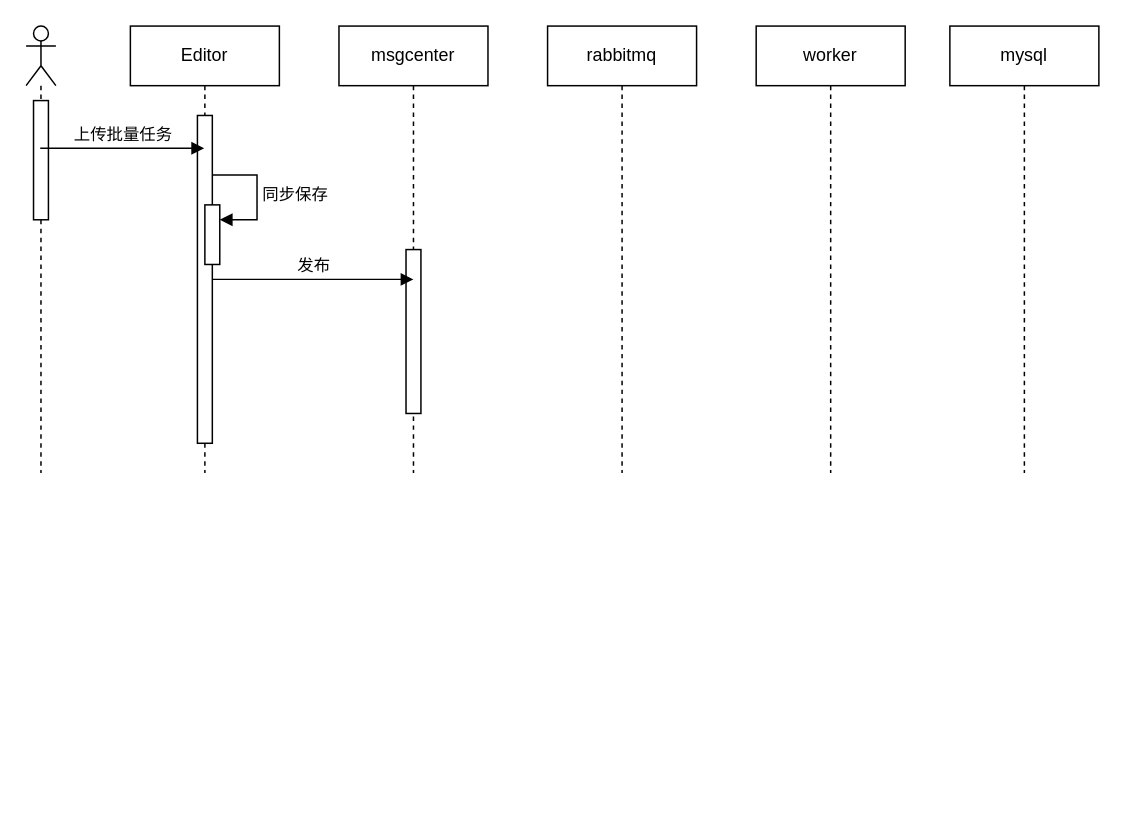
dx2331lxz/Editor keeps this draw.io diagram as 未命名绘图.drawio. Above is the earlier version. Source tidied: cells renumbered, new cells numbered last; positions are measured from the earlier drawing's top-left corner, leaving out a move shared by most shapes. Both pictures are drawn from the tidied source at 149%, with x=0, y=0 at pixel (25, 25).
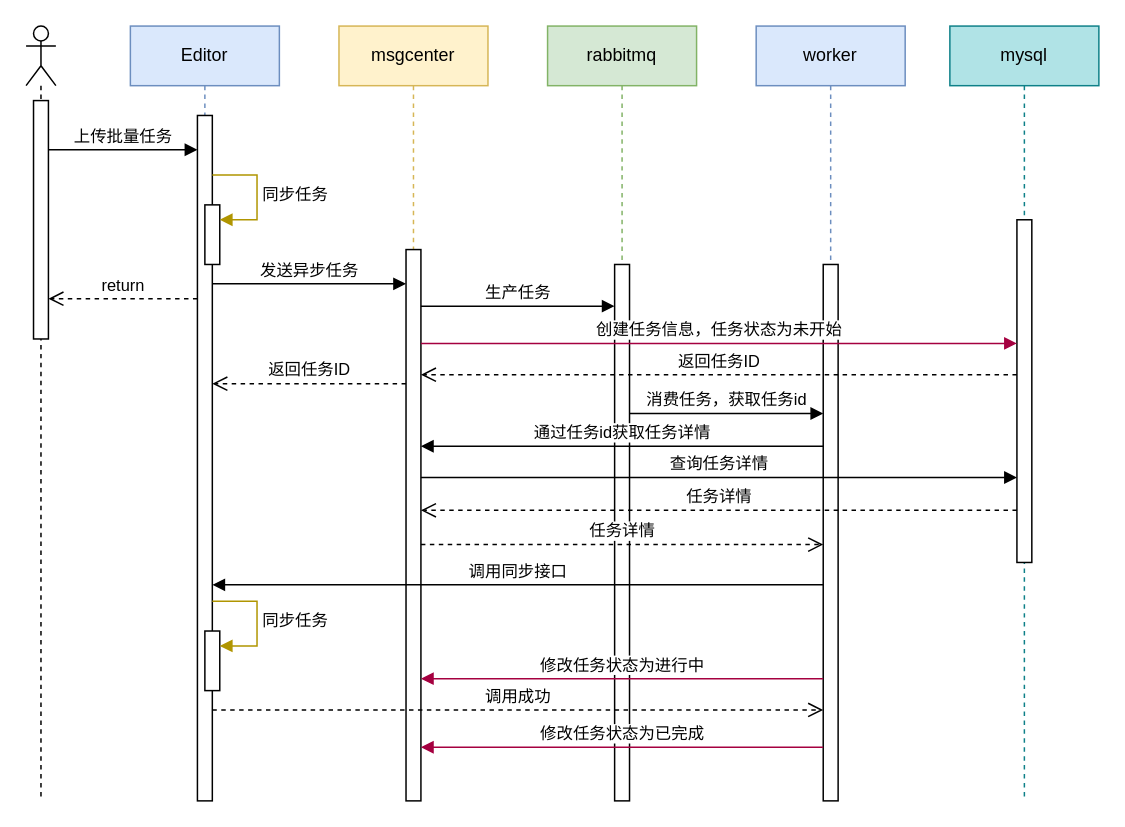
After the change.

Commit message (it also covers changes not shown here):
更新未命名绘图.drawio

The change refers to these unchanged cells:
```xml
<mxCell id="6" style="html=1;points=[[0,0,0,0,5],[0,1,0,0,-5],[1,0,0,0,5],[1,1,0,0,-5]];perimeter=orthogonalPerimeter;outlineConnect=0;targetShapes=umlLifeline;portConstraint=eastwest;newEdgeStyle={&quot;curved&quot;:0,&quot;rounded&quot;:0};" parent="4" vertex="1">
  <mxGeometry x="50" y="120" width="10" height="40" as="geometry" />
</mxCell>
```

Change to the diagram source:
```diff
@@
     <mxCell id="2" style="shape=umlLifeline;perimeter=lifelinePerimeter;whiteSpace=wrap;html=1;newEdgeStyle={&quot;curved&quot;:0,&quot;rounded&quot;:0};participant=umlActor;" parent="1" vertex="1">
-      <mxGeometry width="20" height="300" as="geometry" />
+      <mxGeometry width="20" height="520" as="geometry" />
     </mxCell>
     <mxCell id="3" style="html=1;perimeter=orthogonalPerimeter;targetShapes=umlLifeline;newEdgeStyle={&quot;curved&quot;:0,&quot;rounded&quot;:0};" parent="2" vertex="1">
-      <mxGeometry x="5" y="50" width="10" height="80" as="geometry" />
+      <mxGeometry x="5" y="50" width="10" height="160" as="geometry" />
     </mxCell>
-    <mxCell id="4" value="Editor" style="shape=umlLifeline;whiteSpace=wrap;html=1;newEdgeStyle={&quot;curved&quot;:0,&quot;rounded&quot;:0};perimeter=rectanglePerimeter;targetShapes=umlLifeline;participant=label;" parent="1" vertex="1">
-      <mxGeometry x="70" width="100" height="300" as="geometry" />
+    <mxCell id="4" value="Editor" style="shape=umlLifeline;whiteSpace=wrap;html=1;newEdgeStyle={&quot;curved&quot;:0,&quot;rounded&quot;:0};perimeter=rectanglePerimeter;targetShapes=umlLifeline;participant=label;fillColor=#dae8fc;strokeColor=#6c8ebf;" parent="1" vertex="1">
+      <mxGeometry x="70" width="100" height="520" as="geometry" />
     </mxCell>
     <mxCell id="5" style="html=1;points=[[0,0,0,0,5],[0,1,0,0,-5],[1,0,0,0,5],[1,1,0,0,-5]];perimeter=orthogonalPerimeter;outlineConnect=0;targetShapes=umlLifeline;portConstraint=eastwest;newEdgeStyle={&quot;curved&quot;:0,&quot;rounded&quot;:0};" parent="4" vertex="1">
-      <mxGeometry x="45" y="60" width="10" height="220" as="geometry" />
+      <mxGeometry x="45" y="60" width="10" height="460" as="geometry" />
     </mxCell>
@@
-    <mxCell id="7" value="同步保存" style="html=1;align=left;spacingLeft=2;endArrow=block;rounded=0;edgeStyle=orthogonalEdgeStyle;curved=0;rounded=0;" parent="4" edge="1" target="6">
+    <mxCell id="7" value="同步任务" style="html=1;align=left;spacingLeft=2;endArrow=block;rounded=0;edgeStyle=orthogonalEdgeStyle;curved=0;rounded=0;fillColor=#e3c800;strokeColor=#B09500;" parent="4" edge="1" target="6">
       <mxGeometry relative="1" as="geometry">
         <mxPoint x="55" y="100" as="sourcePoint" />
         <Array as="points">
           <mxPoint x="85" y="130" />
         </Array>
       </mxGeometry>
     </mxCell>
+    <mxCell id="15" style="html=1;points=[[0,0,0,0,5],[0,1,0,0,-5],[1,0,0,0,5],[1,1,0,0,-5]];perimeter=orthogonalPerimeter;outlineConnect=0;targetShapes=umlLifeline;portConstraint=eastwest;newEdgeStyle={&quot;curved&quot;:0,&quot;rounded&quot;:0};" parent="4" vertex="1">
+      <mxGeometry x="50" y="406" width="10" height="40" as="geometry" />
+    </mxCell>
+    <mxCell id="16" value="同步任务" style="html=1;align=left;spacingLeft=2;endArrow=block;rounded=0;edgeStyle=orthogonalEdgeStyle;curved=0;rounded=0;fillColor=#e3c800;strokeColor=#B09500;" parent="4" edge="1" target="15">
+      <mxGeometry relative="1" as="geometry">
+        <mxPoint x="55" y="386" as="sourcePoint" />
+        <Array as="points">
+          <mxPoint x="85" y="416" />
+        </Array>
+      </mxGeometry>
+    </mxCell>
-    <mxCell id="8" value="msgcenter" style="shape=umlLifeline;perimeter=lifelinePerimeter;whiteSpace=wrap;html=1;newEdgeStyle={&quot;curved&quot;:0,&quot;rounded&quot;:0};" parent="1" vertex="1">
-      <mxGeometry x="210" width="100" height="300" as="geometry" />
+    <mxCell id="8" value="msgcenter" style="shape=umlLifeline;perimeter=lifelinePerimeter;whiteSpace=wrap;html=1;newEdgeStyle={&quot;curved&quot;:0,&quot;rounded&quot;:0};fillColor=#fff2cc;strokeColor=#d6b656;" parent="1" vertex="1">
+      <mxGeometry x="210" width="100" height="520" as="geometry" />
     </mxCell>
     <mxCell id="9" style="html=1;perimeter=orthogonalPerimeter;targetShapes=umlLifeline;newEdgeStyle={&quot;curved&quot;:0,&quot;rounded&quot;:0};" parent="8" vertex="1">
-      <mxGeometry x="45" y="150" width="10" height="110" as="geometry" />
+      <mxGeometry x="45" y="150" width="10" height="370" as="geometry" />
     </mxCell>
-    <mxCell id="10" value="rabbitmq" style="shape=umlLifeline;perimeter=lifelinePerimeter;whiteSpace=wrap;html=1;newEdgeStyle={&quot;curved&quot;:0,&quot;rounded&quot;:0};" parent="1" vertex="1">
-      <mxGeometry x="350" width="100" height="300" as="geometry" />
+    <mxCell id="10" value="rabbitmq" style="shape=umlLifeline;perimeter=lifelinePerimeter;whiteSpace=wrap;html=1;newEdgeStyle={&quot;curved&quot;:0,&quot;rounded&quot;:0};fillColor=#d5e8d4;strokeColor=#82b366;" parent="1" vertex="1">
+      <mxGeometry x="350" width="100" height="520" as="geometry" />
     </mxCell>
+    <mxCell id="17" style="html=1;perimeter=orthogonalPerimeter;targetShapes=umlLifeline;newEdgeStyle={&quot;curved&quot;:0,&quot;rounded&quot;:0};" parent="10" vertex="1">
+      <mxGeometry x="45" y="160" width="10" height="360" as="geometry" />
+    </mxCell>
-    <mxCell id="11" value="worker" style="shape=umlLifeline;perimeter=lifelinePerimeter;whiteSpace=wrap;html=1;newEdgeStyle={&quot;curved&quot;:0,&quot;rounded&quot;:0};" parent="1" vertex="1">
-      <mxGeometry x="490" width="100" height="300" as="geometry" />
+    <mxCell id="11" value="worker" style="shape=umlLifeline;perimeter=lifelinePerimeter;whiteSpace=wrap;html=1;newEdgeStyle={&quot;curved&quot;:0,&quot;rounded&quot;:0};fillColor=#dae8fc;strokeColor=#6c8ebf;" parent="1" vertex="1">
+      <mxGeometry x="490" width="100" height="520" as="geometry" />
     </mxCell>
+    <mxCell id="18" style="html=1;perimeter=orthogonalPerimeter;targetShapes=umlLifeline;newEdgeStyle={&quot;curved&quot;:0,&quot;rounded&quot;:0};" parent="11" vertex="1">
+      <mxGeometry x="45" y="160" width="10" height="360" as="geometry" />
+    </mxCell>
-    <mxCell id="12" value="mysql" style="shape=umlLifeline;perimeter=lifelinePerimeter;whiteSpace=wrap;html=1;newEdgeStyle={&quot;curved&quot;:0,&quot;rounded&quot;:0};" parent="1" vertex="1">
-      <mxGeometry x="620" width="100" height="300" as="geometry" />
+    <mxCell id="12" value="mysql" style="shape=umlLifeline;perimeter=lifelinePerimeter;whiteSpace=wrap;html=1;newEdgeStyle={&quot;curved&quot;:0,&quot;rounded&quot;:0};fillColor=#b0e3e6;strokeColor=#0e8088;" parent="1" vertex="1">
+      <mxGeometry x="620" width="100" height="520" as="geometry" />
     </mxCell>
+    <mxCell id="19" style="html=1;perimeter=orthogonalPerimeter;targetShapes=umlLifeline;newEdgeStyle={&quot;curved&quot;:0,&quot;rounded&quot;:0};" parent="12" vertex="1">
+      <mxGeometry x="45" y="130" width="10" height="230" as="geometry" />
+    </mxCell>
     <mxCell id="13" value="上传批量任务" style="html=1;verticalAlign=bottom;endArrow=block;curved=0;rounded=0;" parent="1" edge="1">
       <mxGeometry relative="1" as="geometry">
-        <mxPoint x="9.5" y="82" as="sourcePoint" />
-        <mxPoint x="119.5" y="82" as="targetPoint" />
+        <mxPoint x="15" y="83" as="sourcePoint" />
+        <mxPoint x="115" y="83" as="targetPoint" />
       </mxGeometry>
     </mxCell>
-    <mxCell id="14" value="发布" style="html=1;verticalAlign=bottom;endArrow=block;curved=0;rounded=0;" parent="1" edge="1" source="5">
+    <mxCell id="14" value="发送异步任务" style="html=1;verticalAlign=bottom;endArrow=block;curved=0;rounded=0;" parent="1" edge="1">
       <mxGeometry relative="1" as="geometry">
-        <mxPoint x="260" y="170" as="targetPoint" />
+        <mxPoint x="125" y="173" as="sourcePoint" />
+        <mxPoint x="255" y="173" as="targetPoint" />
       </mxGeometry>
     </mxCell>
+    <mxCell id="20" value="创建任务信息，任务状态为未开始" style="html=1;verticalAlign=bottom;endArrow=block;curved=0;rounded=0;fillColor=#d80073;strokeColor=#A50040;" parent="1" edge="1">
+      <mxGeometry relative="1" as="geometry">
+        <mxPoint x="265" y="213" as="sourcePoint" />
+        <mxPoint x="665" y="213" as="targetPoint" />
+      </mxGeometry>
+    </mxCell>
+    <mxCell id="21" value="返回任务ID" style="html=1;verticalAlign=bottom;endArrow=open;dashed=1;endSize=8;curved=0;rounded=0;" parent="1" edge="1">
+      <mxGeometry relative="1" as="geometry">
+        <mxPoint x="665" y="234" as="sourcePoint" />
+        <mxPoint x="265" y="234" as="targetPoint" />
+      </mxGeometry>
+    </mxCell>
+    <mxCell id="22" value="返回任务ID" style="html=1;verticalAlign=bottom;endArrow=open;dashed=1;endSize=8;curved=0;rounded=0;" parent="1" edge="1">
+      <mxGeometry relative="1" as="geometry">
+        <mxPoint x="255" y="240" as="sourcePoint" />
+        <mxPoint x="125" y="240" as="targetPoint" />
+      </mxGeometry>
+    </mxCell>
+    <mxCell id="23" value="生产任务" style="html=1;verticalAlign=bottom;endArrow=block;curved=0;rounded=0;" parent="1" edge="1">
+      <mxGeometry relative="1" as="geometry">
+        <mxPoint x="265" y="188" as="sourcePoint" />
+        <mxPoint x="395" y="188" as="targetPoint" />
+      </mxGeometry>
+    </mxCell>
+    <mxCell id="24" value="消费任务，获取任务id" style="html=1;verticalAlign=bottom;endArrow=block;curved=0;rounded=0;" parent="1" edge="1">
+      <mxGeometry relative="1" as="geometry">
+        <mxPoint x="405" y="260" as="sourcePoint" />
+        <mxPoint x="535" y="260" as="targetPoint" />
+      </mxGeometry>
+    </mxCell>
+    <mxCell id="25" value="查询任务详情" style="html=1;verticalAlign=bottom;endArrow=block;curved=0;rounded=0;" parent="1" edge="1">
+      <mxGeometry relative="1" as="geometry">
+        <mxPoint x="265" y="303" as="sourcePoint" />
+        <mxPoint x="665" y="303" as="targetPoint" />
+      </mxGeometry>
+    </mxCell>
+    <mxCell id="26" value="通过任务id获取任务详情" style="html=1;verticalAlign=bottom;endArrow=block;curved=0;rounded=0;" parent="1" edge="1">
+      <mxGeometry relative="1" as="geometry">
+        <mxPoint x="535" y="282" as="sourcePoint" />
+        <mxPoint x="265" y="282" as="targetPoint" />
+      </mxGeometry>
+    </mxCell>
+    <mxCell id="27" value="任务详情" style="html=1;verticalAlign=bottom;endArrow=open;dashed=1;endSize=8;curved=0;rounded=0;" parent="1" edge="1">
+      <mxGeometry relative="1" as="geometry">
+        <mxPoint x="265" y="348" as="sourcePoint" />
+        <mxPoint x="535" y="348" as="targetPoint" />
+      </mxGeometry>
+    </mxCell>
+    <mxCell id="28" value="任务详情" style="html=1;verticalAlign=bottom;endArrow=open;dashed=1;endSize=8;curved=0;rounded=0;" parent="1" edge="1">
+      <mxGeometry relative="1" as="geometry">
+        <mxPoint x="665" y="325" as="sourcePoint" />
+        <mxPoint x="265" y="325" as="targetPoint" />
+      </mxGeometry>
+    </mxCell>
+    <mxCell id="29" value="调用同步接口" style="html=1;verticalAlign=bottom;endArrow=block;curved=0;rounded=0;" parent="1" edge="1">
+      <mxGeometry relative="1" as="geometry">
+        <mxPoint x="535" y="375" as="sourcePoint" />
+        <mxPoint x="125" y="375" as="targetPoint" />
+      </mxGeometry>
+    </mxCell>
+    <mxCell id="30" value="修改任务状态为进行中" style="html=1;verticalAlign=bottom;endArrow=block;curved=0;rounded=0;fillColor=#d80073;strokeColor=#A50040;" parent="1" edge="1">
+      <mxGeometry relative="1" as="geometry">
+        <mxPoint x="535" y="438" as="sourcePoint" />
+        <mxPoint x="265" y="438" as="targetPoint" />
+      </mxGeometry>
+    </mxCell>
+    <mxCell id="31" value="调用成功" style="html=1;verticalAlign=bottom;endArrow=open;dashed=1;endSize=8;curved=0;rounded=0;" parent="1" edge="1">
+      <mxGeometry relative="1" as="geometry">
+        <mxPoint x="125" y="459" as="sourcePoint" />
+        <mxPoint x="535" y="459" as="targetPoint" />
+      </mxGeometry>
+    </mxCell>
+    <mxCell id="32" value="修改任务状态为已完成" style="html=1;verticalAlign=bottom;endArrow=block;curved=0;rounded=0;fillColor=#d80073;strokeColor=#A50040;" parent="1" edge="1">
+      <mxGeometry relative="1" as="geometry">
+        <mxPoint x="535" y="484" as="sourcePoint" />
+        <mxPoint x="265" y="484" as="targetPoint" />
+      </mxGeometry>
+    </mxCell>
+    <mxCell id="33" value="return" style="html=1;verticalAlign=bottom;endArrow=open;dashed=1;endSize=8;curved=0;rounded=0;" parent="1" edge="1">
+      <mxGeometry relative="1" as="geometry">
+        <mxPoint x="115" y="183" as="sourcePoint" />
+        <mxPoint x="15" y="183" as="targetPoint" />
+      </mxGeometry>
+    </mxCell>
```
